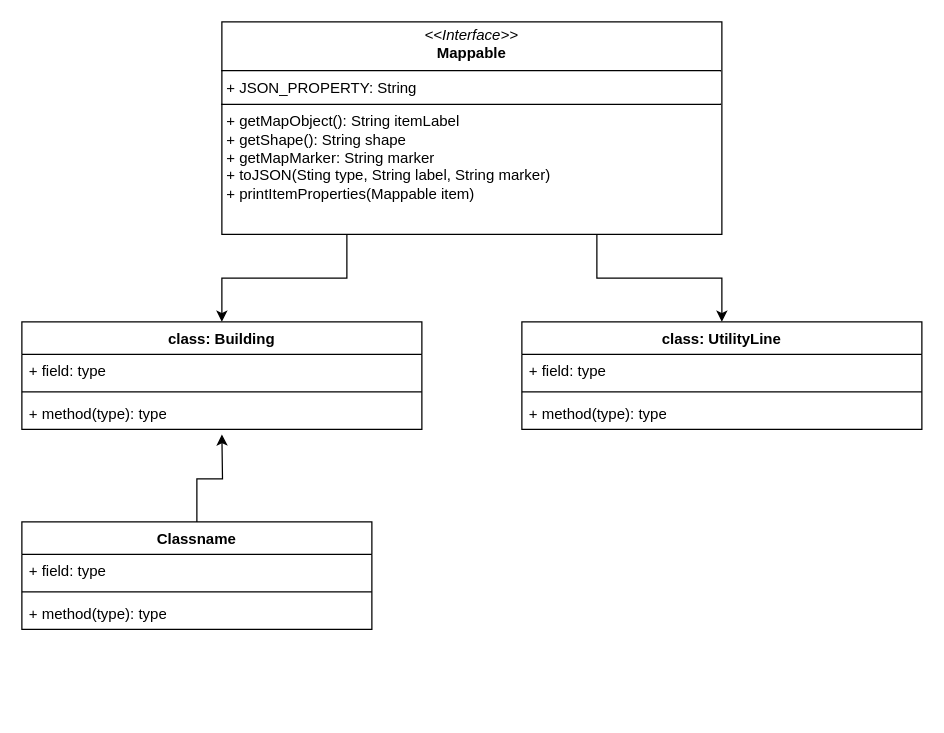
Above: InterfaceChallenge/Diagram.drawio in TiaanAbrahams/java-learning (draw.io), before the change. Source tidied: cells renumbered, new cells numbered last; positions are measured from the earlier drawing's top-left corner, leaving out a move shared by most shapes. Both pictures are drawn from the tidied source at 125%, with x=0, y=0 at pixel (21, 21).
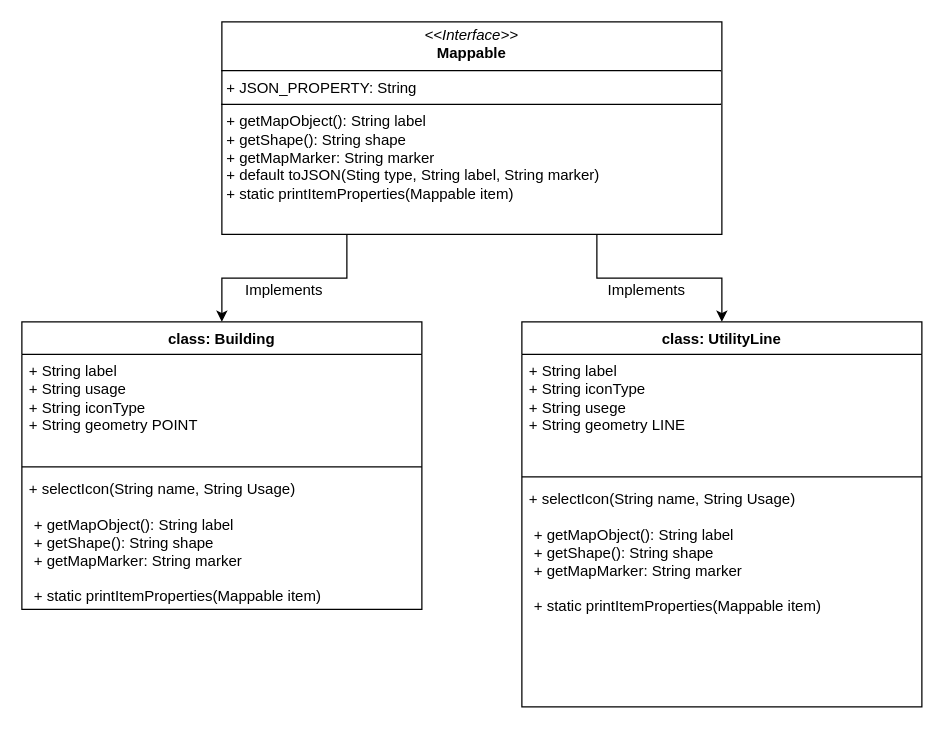
After the change.

Commit message:
Completed diagram

Change to the diagram source:
```diff
@@
 <mxGraphModel>
   <root>
     <mxCell id="0" />
     <mxCell id="1" parent="0" />
     <mxCell id="2" style="edgeStyle=orthogonalEdgeStyle;rounded=0;jettySize=auto;html=1;exitX=0.25;exitY=1;exitDx=0;exitDy=0;" parent="1" edge="1" source="4" target="5">
       <mxGeometry relative="1" as="geometry" />
     </mxCell>
     <mxCell id="3" style="edgeStyle=orthogonalEdgeStyle;rounded=0;jettySize=auto;html=1;exitX=0.75;exitY=1;exitDx=0;exitDy=0;entryX=0.5;entryY=0;entryDx=0;entryDy=0;" parent="1" edge="1" source="4" target="9">
       <mxGeometry relative="1" as="geometry" />
     </mxCell>
-    <mxCell id="4" value="&lt;p style=&quot;margin:0px;margin-top:4px;text-align:center;&quot;&gt;&lt;i&gt;&amp;lt;&amp;lt;Interface&amp;gt;&amp;gt;&lt;/i&gt;&lt;br&gt;&lt;b&gt;Mappable&lt;/b&gt;&lt;/p&gt;&lt;hr size=&quot;1&quot; style=&quot;border-style:solid;&quot;&gt;&lt;p style=&quot;margin:0px;margin-left:4px;&quot;&gt;+ JSON_PROPERTY: String&lt;/p&gt;&lt;hr size=&quot;1&quot; style=&quot;border-style:solid;&quot;&gt;&lt;p style=&quot;margin:0px;margin-left:4px;&quot;&gt;+ getMapObject(): String itemLabel&lt;br&gt;+ getShape(): String shape&lt;/p&gt;&lt;p style=&quot;margin:0px;margin-left:4px;&quot;&gt;+ getMapMarker: String marker&lt;/p&gt;&lt;p style=&quot;margin:0px;margin-left:4px;&quot;&gt;+ toJSON(Sting type, String label, String marker)&amp;nbsp;&lt;/p&gt;&lt;p style=&quot;margin:0px;margin-left:4px;&quot;&gt;+ printItemProperties(Mappable item)&lt;/p&gt;&lt;p style=&quot;margin:0px;margin-left:4px;&quot;&gt;&lt;br&gt;&lt;/p&gt;" style="verticalAlign=top;align=left;overflow=fill;html=1;whiteSpace=wrap;" parent="1" vertex="1">
+    <mxCell id="4" value="&lt;p style=&quot;margin:0px;margin-top:4px;text-align:center;&quot;&gt;&lt;i&gt;&amp;lt;&amp;lt;Interface&amp;gt;&amp;gt;&lt;/i&gt;&lt;br&gt;&lt;b&gt;Mappable&lt;/b&gt;&lt;/p&gt;&lt;hr size=&quot;1&quot; style=&quot;border-style:solid;&quot;&gt;&lt;p style=&quot;margin:0px;margin-left:4px;&quot;&gt;+ JSON_PROPERTY: String&lt;/p&gt;&lt;hr size=&quot;1&quot; style=&quot;border-style:solid;&quot;&gt;&lt;p style=&quot;margin:0px;margin-left:4px;&quot;&gt;+ getMapObject(): String label&lt;br&gt;+ getShape(): String shape&lt;/p&gt;&lt;p style=&quot;margin:0px;margin-left:4px;&quot;&gt;+ getMapMarker: String marker&lt;/p&gt;&lt;p style=&quot;margin:0px;margin-left:4px;&quot;&gt;+ default toJSON(Sting type, String label, String marker)&amp;nbsp;&lt;/p&gt;&lt;p style=&quot;margin:0px;margin-left:4px;&quot;&gt;+ static printItemProperties(Mappable item)&lt;/p&gt;&lt;p style=&quot;margin:0px;margin-left:4px;&quot;&gt;&lt;br&gt;&lt;/p&gt;" style="verticalAlign=top;align=left;overflow=fill;html=1;whiteSpace=wrap;" parent="1" vertex="1">
       <mxGeometry x="160" width="400" height="170" as="geometry" />
     </mxCell>
     <mxCell id="5" value="class: Building" style="swimlane;fontStyle=1;align=center;verticalAlign=top;horizontal=1;startSize=26;whiteSpace=wrap;html=1;" parent="1" vertex="1">
-      <mxGeometry y="240" width="320" height="86" as="geometry" />
+      <mxGeometry y="240" width="320" height="230" as="geometry" />
     </mxCell>
-    <mxCell id="6" value="+ field: type" style="text;strokeColor=none;fillColor=none;align=left;verticalAlign=top;spacingLeft=4;spacingRight=4;overflow=hidden;whiteSpace=wrap;html=1;" parent="5" vertex="1">
-      <mxGeometry y="26" width="320" height="26" as="geometry" />
+    <mxCell id="6" value="&lt;div&gt;+ String label&lt;/div&gt;&lt;div&gt;&lt;div&gt;+ String usage&lt;/div&gt;&lt;div&gt;+ String iconType&lt;/div&gt;&lt;div&gt;&lt;div&gt;+ String geometry POINT&lt;/div&gt;&lt;br&gt;&lt;/div&gt;&lt;/div&gt;" style="text;strokeColor=none;fillColor=none;align=left;verticalAlign=top;spacingLeft=4;spacingRight=4;overflow=hidden;whiteSpace=wrap;html=1;" parent="5" vertex="1">
+      <mxGeometry y="26" width="320" height="86" as="geometry" />
     </mxCell>
     <mxCell id="7" style="line;strokeWidth=1;fillColor=none;align=left;verticalAlign=middle;spacingTop=-1;spacingLeft=3;spacingRight=3;labelPosition=right;strokeColor=inherit;" parent="5" vertex="1">
-      <mxGeometry y="52" width="320" height="8" as="geometry" />
+      <mxGeometry y="112" width="320" height="8" as="geometry" />
     </mxCell>
-    <mxCell id="8" value="+ method(type): type" style="text;strokeColor=none;fillColor=none;align=left;verticalAlign=top;spacingLeft=4;spacingRight=4;overflow=hidden;whiteSpace=wrap;html=1;" parent="5" vertex="1">
-      <mxGeometry y="60" width="320" height="26" as="geometry" />
+    <mxCell id="8" value="&lt;div&gt;+ selectIcon(String name, String Usage)&lt;/div&gt;&lt;br&gt;&lt;p style=&quot;margin:0px;margin-left:4px;&quot;&gt;+ getMapObject(): String label&lt;br&gt;+ getShape(): String shape&lt;/p&gt;&lt;p style=&quot;margin:0px;margin-left:4px;&quot;&gt;+ getMapMarker: String marker&lt;/p&gt;&lt;p style=&quot;margin:0px;margin-left:4px;&quot;&gt;&lt;br&gt;&lt;/p&gt;&lt;p style=&quot;margin:0px;margin-left:4px;&quot;&gt;+ static printItemProperties(Mappable item)&lt;/p&gt;&lt;p style=&quot;margin:0px;margin-left:4px;&quot;&gt;&lt;br&gt;&lt;/p&gt;" style="text;strokeColor=none;fillColor=none;align=left;verticalAlign=top;spacingLeft=4;spacingRight=4;overflow=hidden;whiteSpace=wrap;html=1;" parent="5" vertex="1">
+      <mxGeometry y="120" width="320" height="110" as="geometry" />
     </mxCell>
     <mxCell id="9" value="class: UtilityLine" style="swimlane;fontStyle=1;align=center;verticalAlign=top;horizontal=1;startSize=26;whiteSpace=wrap;html=1;" parent="1" vertex="1">
-      <mxGeometry x="400" y="240" width="320" height="86" as="geometry" />
+      <mxGeometry x="400" y="240" width="320" height="308" as="geometry" />
     </mxCell>
-    <mxCell id="10" value="+ field: type" style="text;strokeColor=none;fillColor=none;align=left;verticalAlign=top;spacingLeft=4;spacingRight=4;overflow=hidden;whiteSpace=wrap;html=1;" parent="9" vertex="1">
-      <mxGeometry y="26" width="320" height="26" as="geometry" />
+    <mxCell id="10" value="&lt;div&gt;+ String label&lt;/div&gt;&lt;div&gt;+ String iconType&lt;/div&gt;&lt;div&gt;+ String usege&lt;/div&gt;&lt;div&gt;+ String geometry LINE&lt;/div&gt;" style="text;strokeColor=none;fillColor=none;align=left;verticalAlign=top;spacingLeft=4;spacingRight=4;overflow=hidden;whiteSpace=wrap;html=1;" parent="9" vertex="1">
+      <mxGeometry y="26" width="320" height="94" as="geometry" />
     </mxCell>
     <mxCell id="11" style="line;strokeWidth=1;fillColor=none;align=left;verticalAlign=middle;spacingTop=-1;spacingLeft=3;spacingRight=3;labelPosition=right;strokeColor=inherit;" parent="9" vertex="1">
-      <mxGeometry y="52" width="320" height="8" as="geometry" />
+      <mxGeometry y="120" width="320" height="8" as="geometry" />
     </mxCell>
-    <mxCell id="12" value="+ method(type): type" style="text;strokeColor=none;fillColor=none;align=left;verticalAlign=top;spacingLeft=4;spacingRight=4;overflow=hidden;whiteSpace=wrap;html=1;" parent="9" vertex="1">
-      <mxGeometry y="60" width="320" height="26" as="geometry" />
+    <mxCell id="12" value="&lt;div&gt;+ selectIcon(String name, String Usage)&lt;/div&gt;&lt;div&gt;&lt;br&gt;&lt;/div&gt;&lt;div&gt;&lt;p style=&quot;margin:0px;margin-left:4px;&quot;&gt;+ getMapObject(): String label&lt;br&gt;+ getShape(): String shape&lt;/p&gt;&lt;p style=&quot;margin:0px;margin-left:4px;&quot;&gt;+ getMapMarker: String marker&lt;/p&gt;&lt;/div&gt;&lt;div&gt;&lt;br&gt;&lt;/div&gt;&lt;div&gt;&lt;p style=&quot;margin:0px;margin-left:4px;&quot;&gt;+ static printItemProperties(Mappable item)&lt;/p&gt;&lt;br&gt;&lt;/div&gt;" style="text;strokeColor=none;fillColor=none;align=left;verticalAlign=top;spacingLeft=4;spacingRight=4;overflow=hidden;whiteSpace=wrap;html=1;" parent="9" vertex="1">
+      <mxGeometry y="128" width="320" height="180" as="geometry" />
     </mxCell>
-    <mxCell id="13" style="edgeStyle=orthogonalEdgeStyle;rounded=0;jettySize=auto;html=1;exitX=0.5;exitY=0;exitDx=0;exitDy=0;" parent="1" edge="1" source="14">
-      <mxGeometry relative="1" as="geometry">
-        <mxPoint x="160" y="330" as="targetPoint" />
-      </mxGeometry>
-    </mxCell>
-    <mxCell id="14" value="Classname" style="swimlane;fontStyle=1;align=center;verticalAlign=top;horizontal=1;startSize=26;whiteSpace=wrap;html=1;" parent="1" vertex="1">
-      <mxGeometry y="400" width="280" height="86" as="geometry" />
-    </mxCell>
-    <mxCell id="15" value="+ field: type" style="text;strokeColor=none;fillColor=none;align=left;verticalAlign=top;spacingLeft=4;spacingRight=4;overflow=hidden;whiteSpace=wrap;html=1;" parent="14" vertex="1">
-      <mxGeometry y="26" width="280" height="26" as="geometry" />
-    </mxCell>
-    <mxCell id="16" style="line;strokeWidth=1;fillColor=none;align=left;verticalAlign=middle;spacingTop=-1;spacingLeft=3;spacingRight=3;labelPosition=right;strokeColor=inherit;" parent="14" vertex="1">
-      <mxGeometry y="52" width="280" height="8" as="geometry" />
-    </mxCell>
-    <mxCell id="17" value="+ method(type): type" style="text;strokeColor=none;fillColor=none;align=left;verticalAlign=top;spacingLeft=4;spacingRight=4;overflow=hidden;whiteSpace=wrap;html=1;" parent="14" vertex="1">
-      <mxGeometry y="60" width="280" height="26" as="geometry" />
-    </mxCell>
+    <mxCell id="18" value="Implements" style="text;html=1;whiteSpace=wrap;strokeColor=none;fillColor=none;align=center;verticalAlign=middle;rounded=0;" parent="1" vertex="1">
+      <mxGeometry x="470" y="200" width="60" height="30" as="geometry" />
+    </mxCell>
+    <mxCell id="19" value="Implements" style="text;html=1;whiteSpace=wrap;strokeColor=none;fillColor=none;align=center;verticalAlign=middle;rounded=0;" parent="1" vertex="1">
+      <mxGeometry x="180" y="200" width="60" height="30" as="geometry" />
+    </mxCell>
   </root>
 </mxGraphModel>
```
